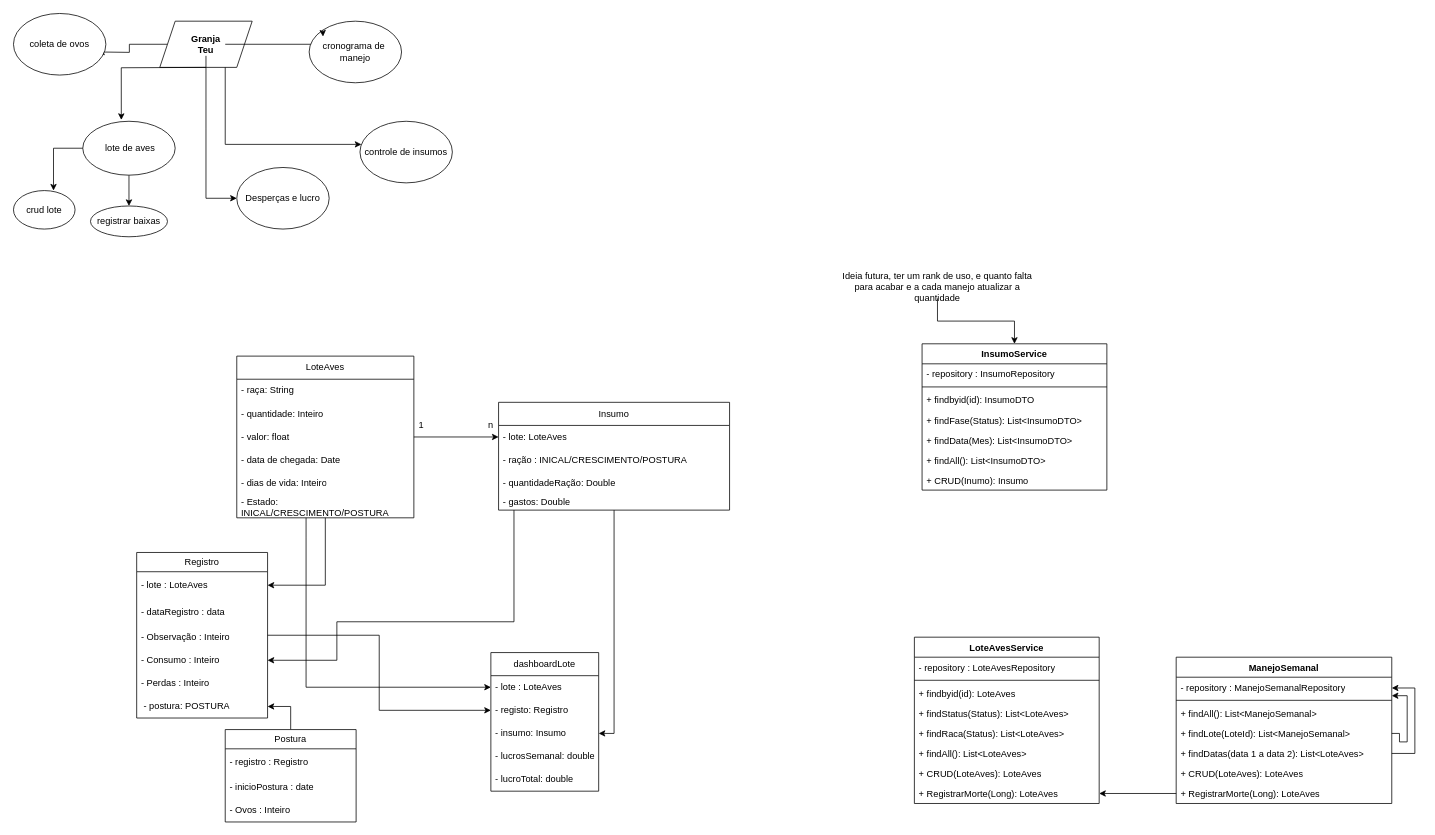
Above: teugranja.drawio in SpiderTheus/granjateu (draw.io), before the change. Source tidied: cells renumbered, new cells numbered last; positions are measured from the earlier drawing's top-left corner, leaving out a move shared by most shapes. Both pictures are drawn from the tidied source at 77%, with x=0, y=0 at pixel (13, 13).
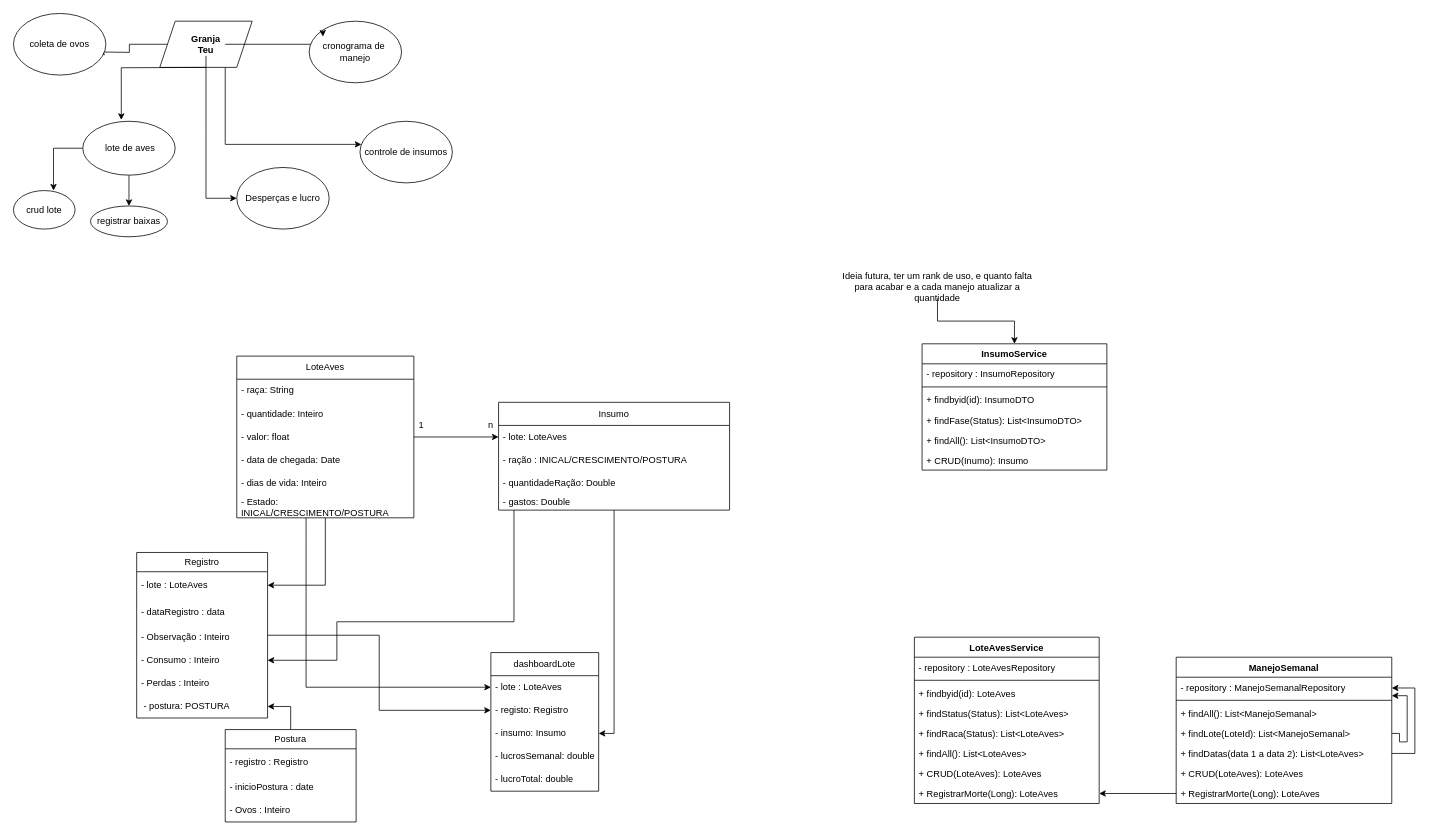
Above is the later version.

The edit, as a diff of the source:
```diff
@@
     <mxCell id="66" value="InsumoService" style="swimlane;fontStyle=1;align=center;verticalAlign=top;horizontal=1;startSize=26;whiteSpace=wrap;html=1;" parent="1" vertex="1">
-      <mxGeometry x="1180" y="429" width="240" height="190" as="geometry" />
+      <mxGeometry x="1180" y="429" width="240" height="164" as="geometry" />
     </mxCell>
@@
-    <mxCell id="71" value="+ findData(Mes): List&amp;lt;InsumoDTO&amp;gt;" style="text;strokeColor=none;fillColor=none;align=left;verticalAlign=top;spacingLeft=4;spacingRight=4;overflow=hidden;whiteSpace=wrap;html=1;" parent="66" vertex="1">
-      <mxGeometry y="112" width="240" height="26" as="geometry" />
-    </mxCell>
     <mxCell id="72" value="+ findAll(): List&amp;lt;InsumoDTO&amp;gt;" style="text;strokeColor=none;fillColor=none;align=left;verticalAlign=top;spacingLeft=4;spacingRight=4;overflow=hidden;whiteSpace=wrap;html=1;" parent="66" vertex="1">
-      <mxGeometry y="138" width="240" height="26" as="geometry" />
+      <mxGeometry y="112" width="240" height="26" as="geometry" />
     </mxCell>
     <mxCell id="73" value="+ CRUD(Inumo): Insumo" style="text;strokeColor=none;fillColor=none;align=left;verticalAlign=top;spacingLeft=4;spacingRight=4;overflow=hidden;whiteSpace=wrap;html=1;" parent="66" vertex="1">
-      <mxGeometry y="164" width="240" height="26" as="geometry" />
+      <mxGeometry y="138" width="240" height="26" as="geometry" />
     </mxCell>
```
